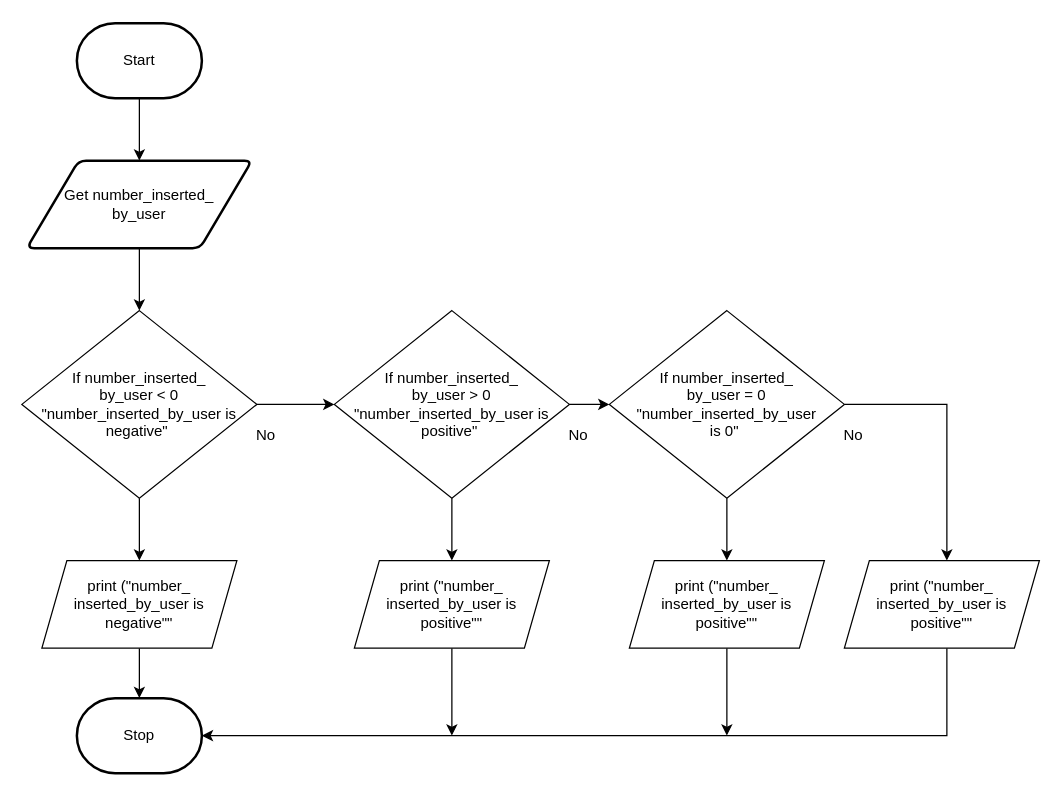
The draw.io diagram flowchart.drawio in Huzaifa-Khalid-2/ICS3U-Unit-3-04-Python-, before the edit. Source tidied: cells renumbered, new cells numbered last; positions are measured from the earlier drawing's top-left corner, leaving out a move shared by most shapes. Both pictures are drawn from the tidied source at 125%, with x=0, y=0 at pixel (21, 22).
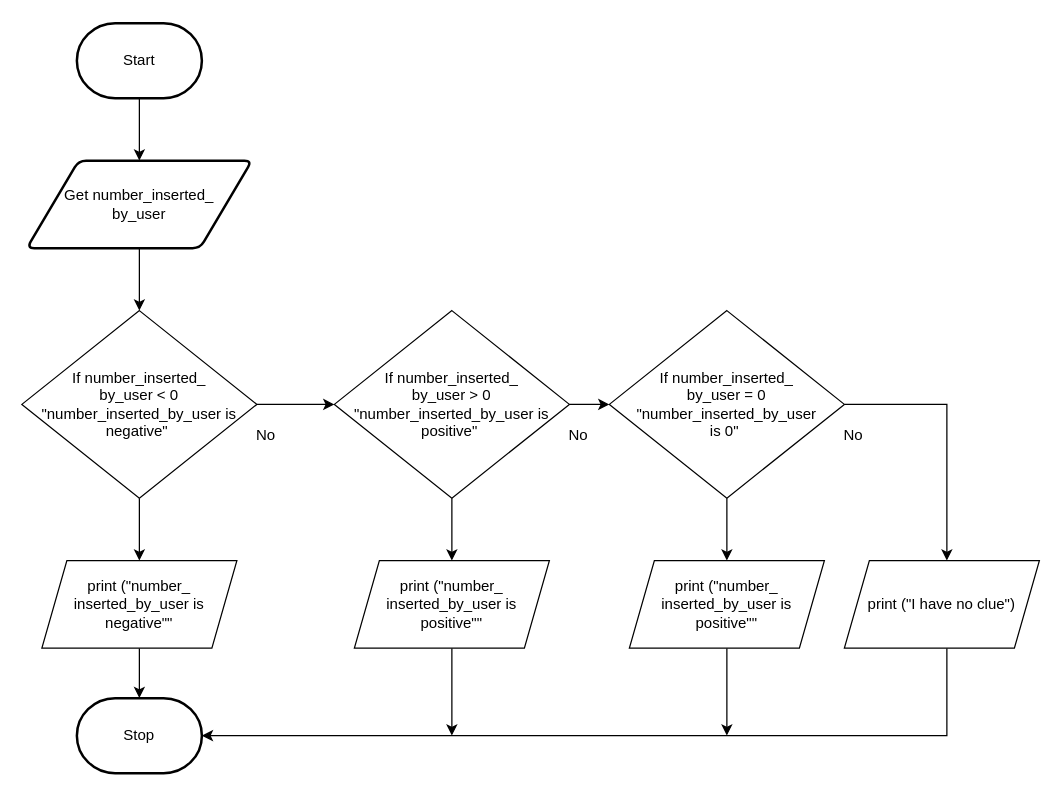
After the change.

Commit message (it also covers changes not shown here):
added_cool_stuf

The edit, as a diff of the source:
```diff
@@
-    <mxCell id="26" value="print (&quot;number_&lt;br&gt;inserted_by_user is positive&quot;&quot;" style="shape=parallelogram;perimeter=parallelogramPerimeter;whiteSpace=wrap;html=1;fixedSize=1;" parent="1" vertex="1">
+    <mxCell id="26" value="print (&quot;I have no clue&quot;)" style="shape=parallelogram;perimeter=parallelogramPerimeter;whiteSpace=wrap;html=1;fixedSize=1;" parent="1" vertex="1">
       <mxGeometry x="658" y="430" width="156" height="70" as="geometry" />
     </mxCell>
```
